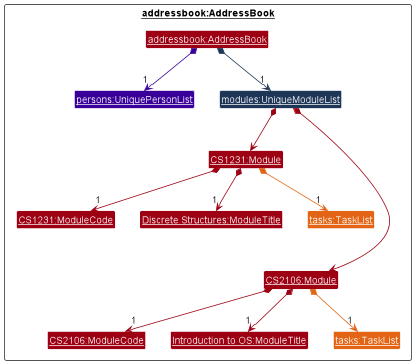
This is docs/images/AddDeleteSwapTaskFeature/AddressBookObjectDiagram.png from nus-cs2103-AY2223S1/tp, a PlantUML export, as it was before one commit.
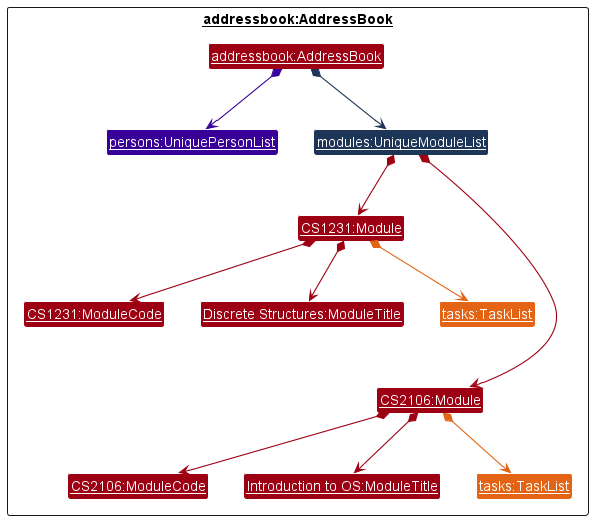
Later version of the same file.

The edit, as a diff of the source:
```diff
@@ -21,17 +21,17 @@
 
 }
 
-AddressBook *--> "1" UniquePersonList MODEL_COLOR_T6
-AddressBook *--> "1" UniqueModuleList MODEL_COLOR_T7
+AddressBook *--> UniquePersonList MODEL_COLOR_T6
+AddressBook *--> UniqueModuleList MODEL_COLOR_T7
 
 UniqueModuleList *--> Module1
-Module1 *--> "1" ModuleCode1
-Module1 *--> "1" ModuleTitle1
-Module1 *--> "1" TaskList1 MODEL_COLOR_T5
+Module1 *--> ModuleCode1
+Module1 *--> ModuleTitle1
+Module1 *--> TaskList1 MODEL_COLOR_T5
 
 UniqueModuleList *----> Module2
-Module2 *--> "1" ModuleCode2
-Module2 *--> "1" ModuleTitle2
-Module2 *--> "1" TaskList2 MODEL_COLOR_T5
+Module2 *--> ModuleCode2
+Module2 *--> ModuleTitle2
+Module2 *--> TaskList2 MODEL_COLOR_T5
 
 @enduml
```
